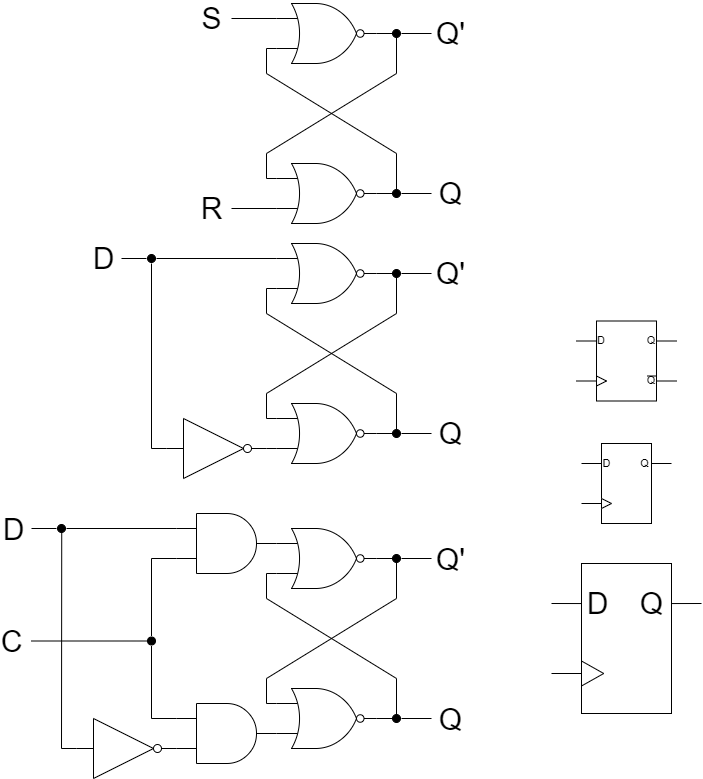
YumYumfisch/LFSR-PeriodLength keeps this draw.io diagram as docu/FlipFlops.png. Above is the earlier version. Source tidied: cells renumbered, new cells last; positions are measured from the earlier drawing's top-left corner, leaving out a move shared by most shapes. Source of this version:
```xml
<mxGraphModel>
  <root>
    <mxCell id="0" />
    <mxCell id="1" parent="0" />
    <mxCell id="2" style="group;" parent="1" vertex="1">
      <mxGeometry x="550" y="440" width="90" height="80" as="geometry" />
    </mxCell>
    <mxCell id="3" style="rounded=0;whiteSpace=wrap;html=1;" parent="2" vertex="1">
      <mxGeometry x="20" width="50" height="80" as="geometry" />
    </mxCell>
    <mxCell id="4" style="triangle;whiteSpace=wrap;html=1;" parent="2" vertex="1">
      <mxGeometry x="20" y="55" width="10" height="10" as="geometry" />
    </mxCell>
    <mxCell id="5" style="endArrow=none;html=1;entryX=0;entryY=0.75;entryDx=0;entryDy=0;" parent="2" edge="1" target="3">
      <mxGeometry relative="1" as="geometry">
        <mxPoint y="60" as="sourcePoint" />
      </mxGeometry>
    </mxCell>
    <mxCell id="6" style="endArrow=none;html=1;entryX=0;entryY=0.25;entryDx=0;entryDy=0;align=center;" parent="2" edge="1" target="3">
      <mxGeometry relative="1" as="geometry">
        <mxPoint y="20" as="sourcePoint" />
      </mxGeometry>
    </mxCell>
    <mxCell id="7" value="D" style="edgeLabel;html=1;align=center;verticalAlign=middle;" parent="6" vertex="1">
      <mxGeometry x="0.28" relative="1" as="geometry">
        <mxPoint x="12" as="offset" />
      </mxGeometry>
    </mxCell>
    <mxCell id="8" style="endArrow=none;html=1;entryX=0;entryY=0.5;entryDx=0;entryDy=0;align=center;exitX=1;exitY=0.25;exitDx=0;exitDy=0;" parent="2" edge="1" source="3">
      <mxGeometry relative="1" as="geometry">
        <mxPoint x="90" y="20" as="targetPoint" />
      </mxGeometry>
    </mxCell>
    <mxCell id="9" value="Q" style="edgeLabel;html=1;align=center;verticalAlign=middle;" parent="8" vertex="1">
      <mxGeometry x="0.28" relative="1" as="geometry">
        <mxPoint x="-20" as="offset" />
      </mxGeometry>
    </mxCell>
    <mxCell id="10" style="group;" parent="1" vertex="1">
      <mxGeometry y="510" width="400" height="265" as="geometry" />
    </mxCell>
    <mxCell id="11" style="verticalLabelPosition=bottom;shadow=0;dashed=0;align=center;html=1;verticalAlign=top;shape=mxgraph.electrical.logic_gates.logic_gate;operation=or;negating=1;negSize=0.15;fontStyle=1;" parent="10" vertex="1">
      <mxGeometry x="245" y="15" width="100" height="60" as="geometry" />
    </mxCell>
    <mxCell id="12" style="rounded=0;jettySize=auto;html=1;entryX=0;entryY=0.75;entryDx=0;entryDy=0;entryPerimeter=0;exitX=1;exitY=0.5;exitDx=0;exitDy=0;exitPerimeter=0;endArrow=none;endFill=0;" parent="10" edge="1" source="13" target="11">
      <mxGeometry relative="1" as="geometry">
        <Array as="points">
          <mxPoint x="365" y="205" />
          <mxPoint x="365" y="165" />
          <mxPoint x="235" y="85" />
          <mxPoint x="235" y="60" />
        </Array>
      </mxGeometry>
    </mxCell>
    <mxCell id="13" style="verticalLabelPosition=bottom;shadow=0;dashed=0;align=center;html=1;verticalAlign=top;shape=mxgraph.electrical.logic_gates.logic_gate;operation=or;negating=1;negSize=0.15;" parent="10" vertex="1">
      <mxGeometry x="245" y="175" width="100" height="60" as="geometry" />
    </mxCell>
    <mxCell id="14" style="rounded=0;jettySize=auto;html=1;entryX=0;entryY=0.25;entryDx=0;entryDy=0;entryPerimeter=0;endArrow=none;endFill=0;" parent="10" edge="1" source="11" target="13">
      <mxGeometry relative="1" as="geometry">
        <Array as="points">
          <mxPoint x="365" y="45" />
          <mxPoint x="365" y="85" />
          <mxPoint x="235" y="165" />
          <mxPoint x="235" y="190" />
        </Array>
      </mxGeometry>
    </mxCell>
    <mxCell id="15" value="Q'" style="edgeStyle=orthogonalEdgeStyle;rounded=0;jettySize=auto;html=1;endArrow=none;endFill=0;fontSize=30;" parent="10" edge="1" source="16">
      <mxGeometry x="1" y="-20" relative="1" as="geometry">
        <mxPoint x="400" y="45" as="targetPoint" />
        <mxPoint x="19" y="-19" as="offset" />
      </mxGeometry>
    </mxCell>
    <mxCell id="16" style="verticalLabelPosition=bottom;shadow=0;dashed=0;align=center;html=1;verticalAlign=top;shape=mxgraph.electrical.logic_gates.inverting_contact;fillColor=#000000;" parent="10" vertex="1">
      <mxGeometry x="360" y="40" width="10" height="10" as="geometry" />
    </mxCell>
    <mxCell id="17" value="Q" style="edgeStyle=orthogonalEdgeStyle;rounded=0;jettySize=auto;html=1;endArrow=none;endFill=0;fontSize=30;" parent="10" edge="1" source="18">
      <mxGeometry x="1" y="-20" relative="1" as="geometry">
        <mxPoint x="400" y="205" as="targetPoint" />
        <mxPoint x="19" y="-19" as="offset" />
      </mxGeometry>
    </mxCell>
    <mxCell id="18" style="verticalLabelPosition=bottom;shadow=0;dashed=0;align=center;html=1;verticalAlign=top;shape=mxgraph.electrical.logic_gates.inverting_contact;fillColor=#000000;" parent="10" vertex="1">
      <mxGeometry x="360" y="200" width="10" height="10" as="geometry" />
    </mxCell>
    <mxCell id="19" style="verticalLabelPosition=bottom;shadow=0;dashed=0;align=center;html=1;verticalAlign=top;shape=mxgraph.electrical.logic_gates.inverter_2;" parent="10" vertex="1">
      <mxGeometry x="45" y="205" width="100" height="60" as="geometry" />
    </mxCell>
    <mxCell id="20" style="rounded=0;jettySize=auto;html=1;entryX=0;entryY=0.5;entryDx=0;entryDy=0;entryPerimeter=0;endArrow=none;endFill=0;edgeStyle=orthogonalEdgeStyle;exitX=0.523;exitY=0.854;exitDx=0;exitDy=0;exitPerimeter=0;" parent="10" edge="1" source="22" target="19">
      <mxGeometry relative="1" as="geometry">
        <Array as="points">
          <mxPoint x="30" y="19.5" />
          <mxPoint x="30" y="235.5" />
        </Array>
      </mxGeometry>
    </mxCell>
    <mxCell id="21" value="D" style="edgeStyle=orthogonalEdgeStyle;rounded=0;jettySize=auto;html=1;endArrow=none;endFill=0;fontSize=30;" parent="10" edge="1" source="22">
      <mxGeometry x="1" y="20" relative="1" as="geometry">
        <mxPoint y="15" as="targetPoint" />
        <mxPoint x="-18" y="-19" as="offset" />
      </mxGeometry>
    </mxCell>
    <mxCell id="22" style="verticalLabelPosition=bottom;shadow=0;dashed=0;align=center;html=1;verticalAlign=top;shape=mxgraph.electrical.logic_gates.inverting_contact;fillColor=#000000;" parent="10" vertex="1">
      <mxGeometry x="25" y="10" width="10" height="10" as="geometry" />
    </mxCell>
    <mxCell id="23" style="edgeStyle=orthogonalEdgeStyle;rounded=0;jettySize=auto;html=1;endArrow=none;endFill=0;entryX=0;entryY=0.25;entryDx=0;entryDy=0;entryPerimeter=0;" parent="10" edge="1" source="22" target="24">
      <mxGeometry relative="1" as="geometry" />
    </mxCell>
    <mxCell id="24" style="verticalLabelPosition=bottom;shadow=0;dashed=0;align=center;html=1;verticalAlign=top;shape=mxgraph.electrical.logic_gates.logic_gate;operation=and;" parent="10" vertex="1">
      <mxGeometry x="145" width="100" height="60" as="geometry" />
    </mxCell>
    <mxCell id="25" style="verticalLabelPosition=bottom;shadow=0;dashed=0;align=center;html=1;verticalAlign=top;shape=mxgraph.electrical.logic_gates.logic_gate;operation=and;" parent="10" vertex="1">
      <mxGeometry x="145" y="190" width="100" height="60" as="geometry" />
    </mxCell>
    <mxCell id="26" value="C" style="edgeStyle=orthogonalEdgeStyle;rounded=0;jettySize=auto;html=1;endArrow=none;endFill=0;fontSize=30;" parent="10" edge="1" source="27">
      <mxGeometry x="1" y="20" relative="1" as="geometry">
        <mxPoint y="127.5" as="targetPoint" />
        <mxPoint x="-20" y="-20" as="offset" />
      </mxGeometry>
    </mxCell>
    <mxCell id="27" style="verticalLabelPosition=bottom;shadow=0;dashed=0;align=center;html=1;verticalAlign=top;shape=mxgraph.electrical.logic_gates.inverting_contact;fillColor=#000000;" parent="10" vertex="1">
      <mxGeometry x="115" y="122.5" width="10" height="10" as="geometry" />
    </mxCell>
    <mxCell id="28" style="edgeStyle=orthogonalEdgeStyle;rounded=0;jettySize=auto;html=1;entryX=0;entryY=0.75;entryDx=0;entryDy=0;entryPerimeter=0;endArrow=none;endFill=0;" parent="10" edge="1" source="27" target="24">
      <mxGeometry relative="1" as="geometry">
        <Array as="points">
          <mxPoint x="120" y="44.5" />
        </Array>
      </mxGeometry>
    </mxCell>
    <mxCell id="29" style="edgeStyle=orthogonalEdgeStyle;rounded=0;jettySize=auto;html=1;entryX=0;entryY=0.25;entryDx=0;entryDy=0;entryPerimeter=0;endArrow=none;endFill=0;" parent="10" edge="1" source="27" target="25">
      <mxGeometry relative="1" as="geometry">
        <Array as="points">
          <mxPoint x="120" y="204.5" />
        </Array>
      </mxGeometry>
    </mxCell>
    <mxCell id="30" style="group;" parent="1" vertex="1">
      <mxGeometry x="90" y="240" width="310" height="235" as="geometry" />
    </mxCell>
    <mxCell id="31" style="verticalLabelPosition=bottom;shadow=0;dashed=0;align=center;html=1;verticalAlign=top;shape=mxgraph.electrical.logic_gates.logic_gate;operation=or;negating=1;negSize=0.15;fontStyle=1;" parent="30" vertex="1">
      <mxGeometry x="155" width="100" height="60" as="geometry" />
    </mxCell>
    <mxCell id="32" style="rounded=0;jettySize=auto;html=1;entryX=0;entryY=0.75;entryDx=0;entryDy=0;entryPerimeter=0;exitX=1;exitY=0.5;exitDx=0;exitDy=0;exitPerimeter=0;endArrow=none;endFill=0;" parent="30" edge="1" source="33" target="31">
      <mxGeometry relative="1" as="geometry">
        <Array as="points">
          <mxPoint x="275" y="190" />
          <mxPoint x="275" y="150" />
          <mxPoint x="145" y="70" />
          <mxPoint x="145" y="45" />
        </Array>
      </mxGeometry>
    </mxCell>
    <mxCell id="33" style="verticalLabelPosition=bottom;shadow=0;dashed=0;align=center;html=1;verticalAlign=top;shape=mxgraph.electrical.logic_gates.logic_gate;operation=or;negating=1;negSize=0.15;" parent="30" vertex="1">
      <mxGeometry x="155" y="160" width="100" height="60" as="geometry" />
    </mxCell>
    <mxCell id="34" style="rounded=0;jettySize=auto;html=1;entryX=0;entryY=0.25;entryDx=0;entryDy=0;entryPerimeter=0;endArrow=none;endFill=0;" parent="30" edge="1" source="31" target="33">
      <mxGeometry relative="1" as="geometry">
        <Array as="points">
          <mxPoint x="275" y="30" />
          <mxPoint x="275" y="70" />
          <mxPoint x="145" y="150" />
          <mxPoint x="145" y="175" />
        </Array>
      </mxGeometry>
    </mxCell>
    <mxCell id="35" value="Q'" style="edgeStyle=orthogonalEdgeStyle;rounded=0;jettySize=auto;html=1;endArrow=none;endFill=0;fontSize=30;" parent="30" edge="1" source="36">
      <mxGeometry x="1" y="-20" relative="1" as="geometry">
        <mxPoint x="310" y="30" as="targetPoint" />
        <mxPoint x="19" y="-20" as="offset" />
      </mxGeometry>
    </mxCell>
    <mxCell id="36" style="verticalLabelPosition=bottom;shadow=0;dashed=0;align=center;html=1;verticalAlign=top;shape=mxgraph.electrical.logic_gates.inverting_contact;fillColor=#000000;" parent="30" vertex="1">
      <mxGeometry x="270" y="25" width="10" height="10" as="geometry" />
    </mxCell>
    <mxCell id="37" value="Q" style="edgeStyle=orthogonalEdgeStyle;rounded=0;jettySize=auto;html=1;endArrow=none;endFill=0;fontSize=30;" parent="30" edge="1" source="38">
      <mxGeometry x="1" y="-20" relative="1" as="geometry">
        <mxPoint x="310" y="190" as="targetPoint" />
        <mxPoint x="19" y="-20" as="offset" />
      </mxGeometry>
    </mxCell>
    <mxCell id="38" style="verticalLabelPosition=bottom;shadow=0;dashed=0;align=center;html=1;verticalAlign=top;shape=mxgraph.electrical.logic_gates.inverting_contact;fillColor=#000000;" parent="30" vertex="1">
      <mxGeometry x="270" y="185" width="10" height="10" as="geometry" />
    </mxCell>
    <mxCell id="39" style="verticalLabelPosition=bottom;shadow=0;dashed=0;align=center;html=1;verticalAlign=top;shape=mxgraph.electrical.logic_gates.inverter_2;" parent="30" vertex="1">
      <mxGeometry x="45" y="175" width="100" height="60" as="geometry" />
    </mxCell>
    <mxCell id="40" style="edgeStyle=orthogonalEdgeStyle;rounded=0;jettySize=auto;html=1;exitX=1;exitY=0.5;exitDx=0;exitDy=0;exitPerimeter=0;entryX=0;entryY=0.75;entryDx=0;entryDy=0;entryPerimeter=0;endArrow=none;endFill=0;" parent="30" edge="1" source="39" target="33">
      <mxGeometry relative="1" as="geometry" />
    </mxCell>
    <mxCell id="41" style="rounded=0;jettySize=auto;html=1;entryX=0;entryY=0.5;entryDx=0;entryDy=0;entryPerimeter=0;endArrow=none;endFill=0;" parent="30" edge="1" source="43" target="39">
      <mxGeometry relative="1" as="geometry">
        <Array as="points">
          <mxPoint x="30" y="205" />
        </Array>
      </mxGeometry>
    </mxCell>
    <mxCell id="42" value="D" style="edgeStyle=orthogonalEdgeStyle;rounded=0;jettySize=auto;html=1;endArrow=none;endFill=0;fontSize=30;" parent="30" edge="1" source="43">
      <mxGeometry x="1" y="20" relative="1" as="geometry">
        <mxPoint y="15" as="targetPoint" />
        <mxPoint x="-18" y="-20" as="offset" />
      </mxGeometry>
    </mxCell>
    <mxCell id="43" style="verticalLabelPosition=bottom;shadow=0;dashed=0;align=center;html=1;verticalAlign=top;shape=mxgraph.electrical.logic_gates.inverting_contact;fillColor=#000000;" parent="30" vertex="1">
      <mxGeometry x="25" y="10" width="10" height="10" as="geometry" />
    </mxCell>
    <mxCell id="44" style="edgeStyle=orthogonalEdgeStyle;rounded=0;jettySize=auto;html=1;entryX=0;entryY=0.25;entryDx=0;entryDy=0;entryPerimeter=0;endArrow=none;endFill=0;" parent="30" edge="1" source="43" target="31">
      <mxGeometry relative="1" as="geometry" />
    </mxCell>
    <mxCell id="45" style="group;" parent="1" vertex="1">
      <mxGeometry x="200" width="200" height="220" as="geometry" />
    </mxCell>
    <mxCell id="46" value="S" style="edgeStyle=none;html=1;exitX=0;exitY=0.25;exitDx=0;exitDy=0;exitPerimeter=0;endArrow=none;endFill=0;fontSize=30;" parent="45" edge="1" source="47">
      <mxGeometry x="1" y="20" relative="1" as="geometry">
        <mxPoint y="15" as="targetPoint" />
        <mxPoint x="-20" y="-20" as="offset" />
      </mxGeometry>
    </mxCell>
    <mxCell id="47" style="verticalLabelPosition=bottom;shadow=0;dashed=0;align=center;html=1;verticalAlign=top;shape=mxgraph.electrical.logic_gates.logic_gate;operation=or;negating=1;negSize=0.15;fontStyle=1;" parent="45" vertex="1">
      <mxGeometry x="45" width="100" height="60" as="geometry" />
    </mxCell>
    <mxCell id="48" style="rounded=0;jettySize=auto;html=1;entryX=0;entryY=0.75;entryDx=0;entryDy=0;entryPerimeter=0;exitX=1;exitY=0.5;exitDx=0;exitDy=0;exitPerimeter=0;endArrow=none;endFill=0;" parent="45" edge="1" source="50" target="47">
      <mxGeometry relative="1" as="geometry">
        <Array as="points">
          <mxPoint x="165" y="190" />
          <mxPoint x="165" y="150" />
          <mxPoint x="35" y="70" />
          <mxPoint x="35" y="45" />
        </Array>
      </mxGeometry>
    </mxCell>
    <mxCell id="49" value="R" style="edgeStyle=none;html=1;exitX=0;exitY=0.75;exitDx=0;exitDy=0;exitPerimeter=0;endArrow=none;endFill=0;fontSize=30;" parent="45" edge="1" source="50">
      <mxGeometry x="1" y="20" relative="1" as="geometry">
        <mxPoint y="205" as="targetPoint" />
        <mxPoint x="-20" y="-20" as="offset" />
      </mxGeometry>
    </mxCell>
    <mxCell id="50" style="verticalLabelPosition=bottom;shadow=0;dashed=0;align=center;html=1;verticalAlign=top;shape=mxgraph.electrical.logic_gates.logic_gate;operation=or;negating=1;negSize=0.15;" parent="45" vertex="1">
      <mxGeometry x="45" y="160" width="100" height="60" as="geometry" />
    </mxCell>
    <mxCell id="51" style="rounded=0;jettySize=auto;html=1;entryX=0;entryY=0.25;entryDx=0;entryDy=0;entryPerimeter=0;endArrow=none;endFill=0;" parent="45" edge="1" source="47" target="50">
      <mxGeometry relative="1" as="geometry">
        <Array as="points">
          <mxPoint x="165" y="30" />
          <mxPoint x="165" y="70" />
          <mxPoint x="35" y="150" />
          <mxPoint x="35" y="175" />
        </Array>
      </mxGeometry>
    </mxCell>
    <mxCell id="52" value="Q'" style="edgeStyle=orthogonalEdgeStyle;rounded=0;jettySize=auto;html=1;endArrow=none;endFill=0;fontSize=30;" parent="45" edge="1" source="53">
      <mxGeometry x="1" y="-20" relative="1" as="geometry">
        <mxPoint x="200" y="30" as="targetPoint" />
        <mxPoint x="19" y="-20" as="offset" />
      </mxGeometry>
    </mxCell>
    <mxCell id="53" style="verticalLabelPosition=bottom;shadow=0;dashed=0;align=center;html=1;verticalAlign=top;shape=mxgraph.electrical.logic_gates.inverting_contact;fillColor=#000000;" parent="45" vertex="1">
      <mxGeometry x="160" y="25" width="10" height="10" as="geometry" />
    </mxCell>
    <mxCell id="54" value="Q" style="edgeStyle=orthogonalEdgeStyle;rounded=0;jettySize=auto;html=1;endArrow=none;endFill=0;fontSize=30;" parent="45" edge="1" source="55">
      <mxGeometry x="1" y="-20" relative="1" as="geometry">
        <mxPoint x="200" y="190" as="targetPoint" />
        <mxPoint x="19" y="-20" as="offset" />
      </mxGeometry>
    </mxCell>
    <mxCell id="55" style="verticalLabelPosition=bottom;shadow=0;dashed=0;align=center;html=1;verticalAlign=top;shape=mxgraph.electrical.logic_gates.inverting_contact;fillColor=#000000;" parent="45" vertex="1">
      <mxGeometry x="160" y="185" width="10" height="10" as="geometry" />
    </mxCell>
    <mxCell id="56" style="group;" parent="1" vertex="1">
      <mxGeometry x="520" y="560" width="150" height="150" as="geometry" />
    </mxCell>
    <mxCell id="57" style="rounded=0;whiteSpace=wrap;html=1;" parent="56" vertex="1">
      <mxGeometry x="30" width="90" height="150" as="geometry" />
    </mxCell>
    <mxCell id="58" style="endArrow=none;html=1;align=center;fontSize=30;entryX=0;entryY=0.267;entryDx=0;entryDy=0;entryPerimeter=0;" parent="56" edge="1" target="57">
      <mxGeometry relative="1" as="geometry">
        <mxPoint y="40" as="sourcePoint" />
      </mxGeometry>
    </mxCell>
    <mxCell id="59" value="D" style="edgeLabel;html=1;align=center;verticalAlign=middle;fontSize=30;" parent="58" vertex="1">
      <mxGeometry x="0.28" relative="1" as="geometry">
        <mxPoint x="27" as="offset" />
      </mxGeometry>
    </mxCell>
    <mxCell id="60" style="endArrow=none;html=1;align=center;exitX=1;exitY=0.267;exitDx=0;exitDy=0;fontSize=30;exitPerimeter=0;" parent="56" edge="1" source="57">
      <mxGeometry relative="1" as="geometry">
        <mxPoint x="150" y="40" as="targetPoint" />
      </mxGeometry>
    </mxCell>
    <mxCell id="61" value="Q" style="edgeLabel;html=1;align=center;verticalAlign=middle;fontSize=30;" parent="60" vertex="1">
      <mxGeometry x="0.28" relative="1" as="geometry">
        <mxPoint x="-39" as="offset" />
      </mxGeometry>
    </mxCell>
    <mxCell id="62" style="endArrow=none;html=1;align=center;fontSize=30;entryX=0;entryY=0.5;entryDx=0;entryDy=0;" parent="56" edge="1" target="63">
      <mxGeometry relative="1" as="geometry">
        <mxPoint y="110" as="sourcePoint" />
      </mxGeometry>
    </mxCell>
    <mxCell id="63" style="triangle;whiteSpace=wrap;html=1;" parent="56" vertex="1">
      <mxGeometry x="30" y="97.5" width="22.2" height="25" as="geometry" />
    </mxCell>
    <mxCell id="64" style="verticalLabelPosition=bottom;shadow=0;dashed=0;align=center;html=1;verticalAlign=top;shape=mxgraph.electrical.logic_gates.d_type_flip-flop;fontSize=30;" parent="1" vertex="1">
      <mxGeometry x="545" y="317.5" width="100" height="80" as="geometry" />
    </mxCell>
  </root>
</mxGraphModel>
```
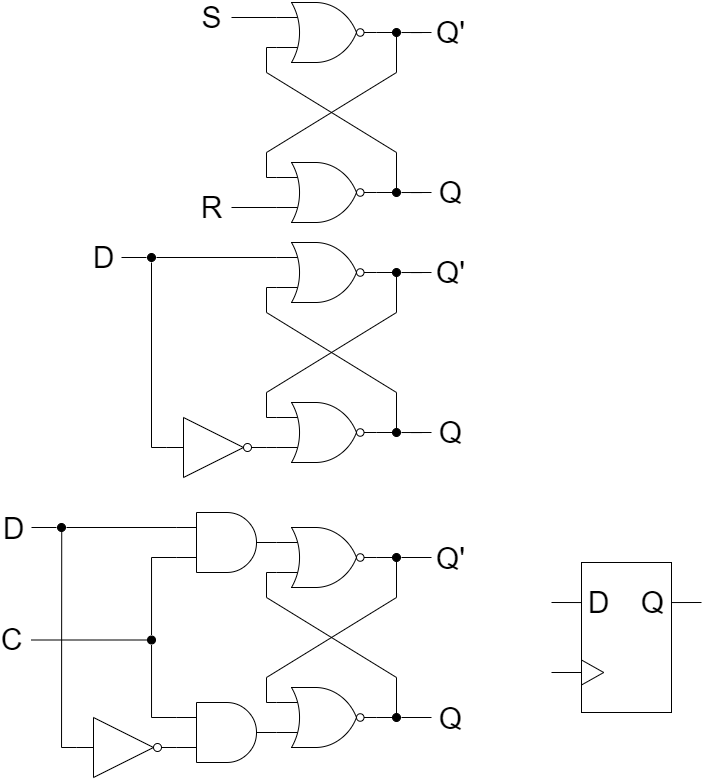
After the commit.

Commit message:
remove lower resolutions

Change to the diagram source:
```diff
@@ -2,40 +2,6 @@
   <root>
     <mxCell id="0" />
     <mxCell id="1" parent="0" />
-    <mxCell id="2" style="group;" parent="1" vertex="1">
-      <mxGeometry x="550" y="440" width="90" height="80" as="geometry" />
-    </mxCell>
-    <mxCell id="3" style="rounded=0;whiteSpace=wrap;html=1;" parent="2" vertex="1">
-      <mxGeometry x="20" width="50" height="80" as="geometry" />
-    </mxCell>
-    <mxCell id="4" style="triangle;whiteSpace=wrap;html=1;" parent="2" vertex="1">
-      <mxGeometry x="20" y="55" width="10" height="10" as="geometry" />
-    </mxCell>
-    <mxCell id="5" style="endArrow=none;html=1;entryX=0;entryY=0.75;entryDx=0;entryDy=0;" parent="2" edge="1" target="3">
-      <mxGeometry relative="1" as="geometry">
-        <mxPoint y="60" as="sourcePoint" />
-      </mxGeometry>
-    </mxCell>
-    <mxCell id="6" style="endArrow=none;html=1;entryX=0;entryY=0.25;entryDx=0;entryDy=0;align=center;" parent="2" edge="1" target="3">
-      <mxGeometry relative="1" as="geometry">
-        <mxPoint y="20" as="sourcePoint" />
-      </mxGeometry>
-    </mxCell>
-    <mxCell id="7" value="D" style="edgeLabel;html=1;align=center;verticalAlign=middle;" parent="6" vertex="1">
-      <mxGeometry x="0.28" relative="1" as="geometry">
-        <mxPoint x="12" as="offset" />
-      </mxGeometry>
-    </mxCell>
-    <mxCell id="8" style="endArrow=none;html=1;entryX=0;entryY=0.5;entryDx=0;entryDy=0;align=center;exitX=1;exitY=0.25;exitDx=0;exitDy=0;" parent="2" edge="1" source="3">
-      <mxGeometry relative="1" as="geometry">
-        <mxPoint x="90" y="20" as="targetPoint" />
-      </mxGeometry>
-    </mxCell>
-    <mxCell id="9" value="Q" style="edgeLabel;html=1;align=center;verticalAlign=middle;" parent="8" vertex="1">
-      <mxGeometry x="0.28" relative="1" as="geometry">
-        <mxPoint x="-20" as="offset" />
-      </mxGeometry>
-    </mxCell>
     <mxCell id="10" style="group;" parent="1" vertex="1">
       <mxGeometry y="510" width="400" height="265" as="geometry" />
     </mxCell>
@@ -300,8 +266,5 @@
     <mxCell id="63" style="triangle;whiteSpace=wrap;html=1;" parent="56" vertex="1">
       <mxGeometry x="30" y="97.5" width="22.2" height="25" as="geometry" />
     </mxCell>
-    <mxCell id="64" style="verticalLabelPosition=bottom;shadow=0;dashed=0;align=center;html=1;verticalAlign=top;shape=mxgraph.electrical.logic_gates.d_type_flip-flop;fontSize=30;" parent="1" vertex="1">
-      <mxGeometry x="545" y="317.5" width="100" height="80" as="geometry" />
-    </mxCell>
   </root>
 </mxGraphModel>
```
